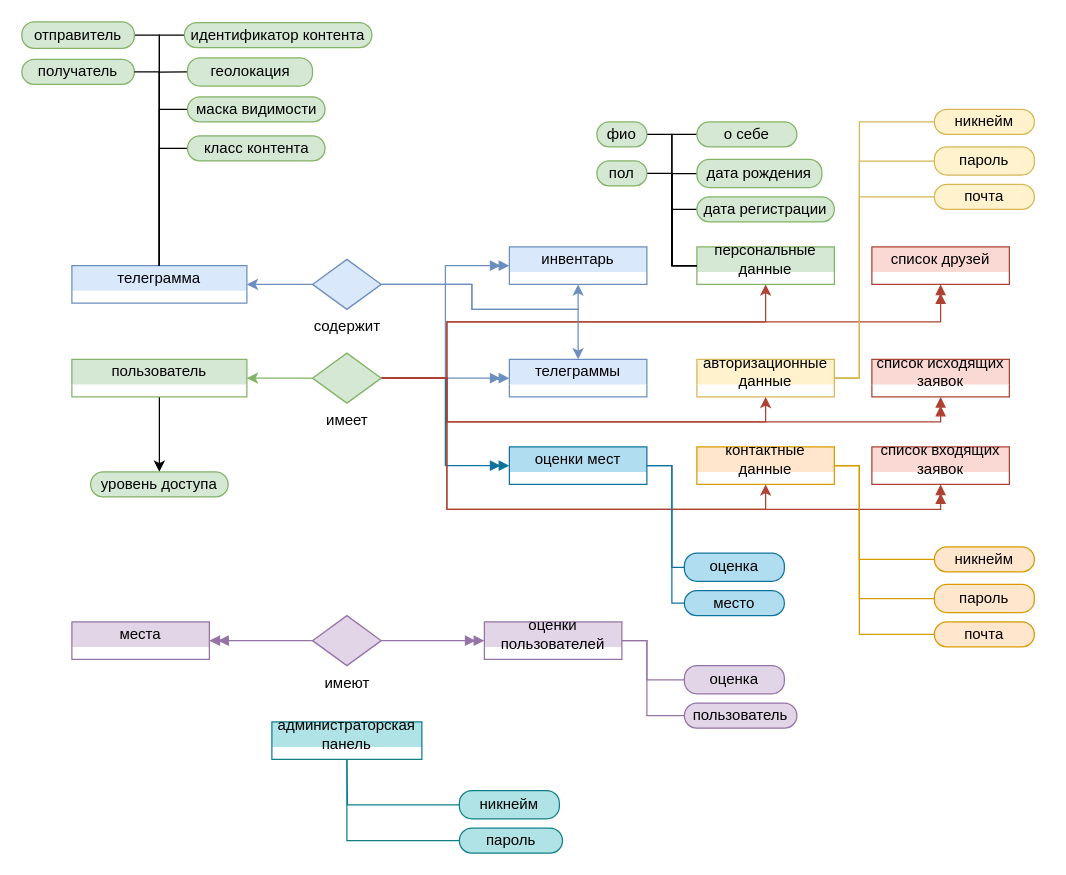
vadisflyer/katacoda-scenarios keeps this draw.io diagram as project.drawio. Above is the earlier version. Source tidied: cells renumbered, new cells numbered last; positions are measured from the earlier drawing's top-left corner, leaving out a move shared by most shapes. Both pictures are drawn from the tidied source at 125%, with x=0, y=0 at pixel (21, 21).
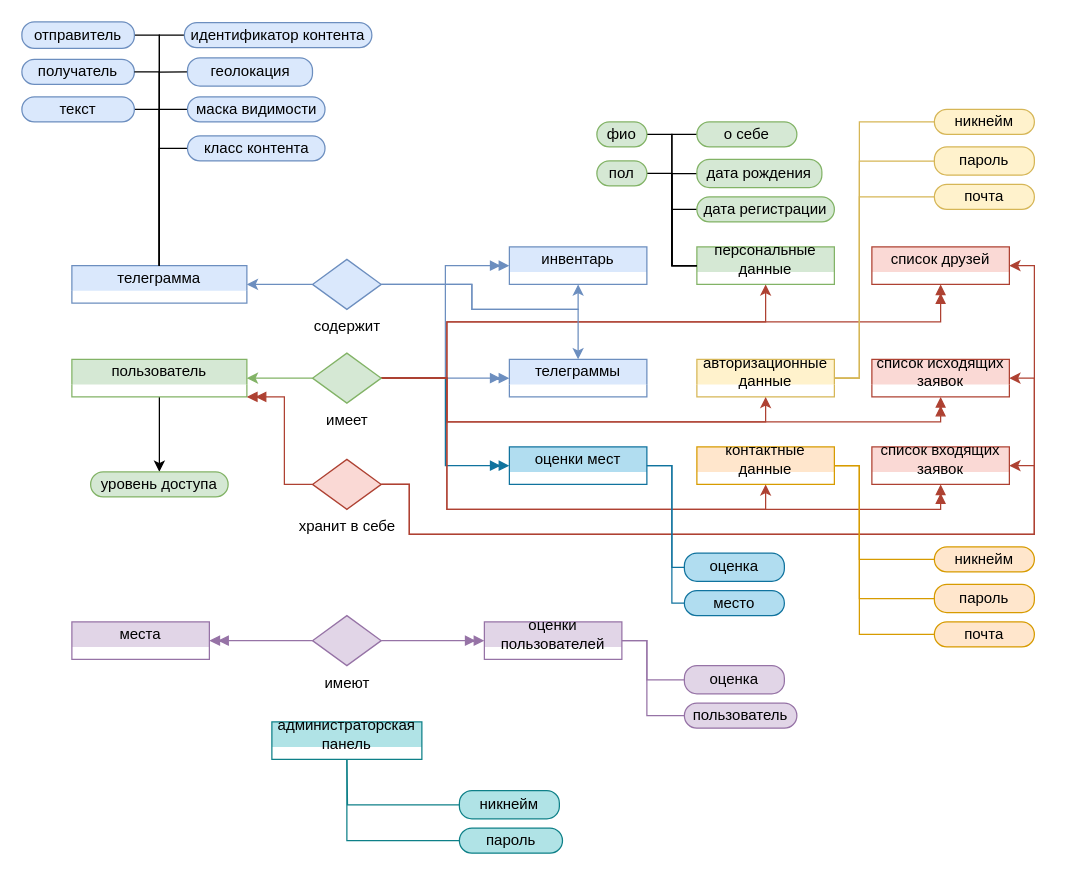
After the change.

The change refers to these unchanged cells:
```xml
<mxCell id="3" value="пользователь" style="swimlane;html=1;startSize=20;fontStyle=0;horizontal=1;swimlaneLine=0;fillColor=#d5e8d4;whiteSpace=wrap;strokeColor=#82b366;" parent="1" vertex="1">
  <mxGeometry x="40" y="270" width="140" height="30" as="geometry" />
</mxCell>
<mxCell id="10" value="список исходящих заявок" style="swimlane;html=1;startSize=20;fontStyle=0;horizontal=1;swimlaneLine=0;fillColor=#fad9d5;whiteSpace=wrap;strokeColor=#ae4132;" parent="1" vertex="1">
  <mxGeometry x="680" y="270" width="110" height="30" as="geometry" />
</mxCell>
<mxCell id="11" value="список входящих заявок" style="swimlane;html=1;startSize=20;fontStyle=0;horizontal=1;swimlaneLine=0;fillColor=#fad9d5;whiteSpace=wrap;strokeColor=#ae4132;" parent="1" vertex="1">
  <mxGeometry x="680" y="340" width="110" height="30" as="geometry" />
</mxCell>
<mxCell id="12" value="список друзей" style="swimlane;html=1;startSize=20;fontStyle=0;horizontal=1;swimlaneLine=0;fillColor=#fad9d5;whiteSpace=wrap;strokeColor=#ae4132;" parent="1" vertex="1">
  <mxGeometry x="680" y="180" width="110" height="30" as="geometry" />
</mxCell>
<mxCell id="64" value="телеграмма" style="swimlane;html=1;startSize=20;fontStyle=0;horizontal=1;swimlaneLine=0;fillColor=#dae8fc;whiteSpace=wrap;strokeColor=#6c8ebf;" parent="1" vertex="1">
  <mxGeometry x="40" y="195" width="140" height="30" as="geometry" />
</mxCell>
```

The edit, as a diff of the source:
```diff
@@
+    <mxCell id="82" style="edgeStyle=orthogonalEdgeStyle;rounded=0;jettySize=auto;html=1;entryX=1;entryY=0.5;entryDx=0;entryDy=0;entryPerimeter=0;endArrow=none;endFill=0;startArrow=classic;startFill=1;fillColor=#fad9d5;strokeColor=#ae4132;" parent="1" edge="1" source="10" target="86">
+      <mxGeometry relative="1" as="geometry">
+        <Array as="points">
+          <mxPoint x="810" y="285" />
+          <mxPoint x="810" y="410" />
+          <mxPoint x="310" y="410" />
+          <mxPoint x="310" y="370" />
+        </Array>
+      </mxGeometry>
+    </mxCell>
@@
+    <mxCell id="83" style="edgeStyle=orthogonalEdgeStyle;rounded=0;jettySize=auto;html=1;entryX=1;entryY=0.5;entryDx=0;entryDy=0;entryPerimeter=0;endArrow=none;endFill=0;startArrow=classic;startFill=1;fillColor=#fad9d5;strokeColor=#ae4132;" parent="1" edge="1" source="11" target="86">
+      <mxGeometry relative="1" as="geometry">
+        <Array as="points">
+          <mxPoint x="810" y="355" />
+          <mxPoint x="810" y="410" />
+          <mxPoint x="310" y="410" />
+          <mxPoint x="310" y="370" />
+        </Array>
+      </mxGeometry>
+    </mxCell>
@@
+    <mxCell id="84" style="edgeStyle=orthogonalEdgeStyle;rounded=0;jettySize=auto;html=1;entryX=1;entryY=0.5;entryDx=0;entryDy=0;entryPerimeter=0;endArrow=none;endFill=0;startArrow=classic;startFill=1;fillColor=#fad9d5;strokeColor=#ae4132;" parent="1" edge="1" source="12" target="86">
+      <mxGeometry relative="1" as="geometry">
+        <Array as="points">
+          <mxPoint x="810" y="195" />
+          <mxPoint x="810" y="410" />
+          <mxPoint x="310" y="410" />
+          <mxPoint x="310" y="370" />
+        </Array>
+      </mxGeometry>
+    </mxCell>
@@
-    <mxCell id="66" value="отправитель" style="points=[[0.25,0,0],[0.5,0,0],[0.75,0,0],[1,0.25,0],[1,0.5,0],[1,0.75,0],[0.75,1,0],[0.5,1,0],[0.25,1,0],[0,0.75,0],[0,0.5,0],[0,0.25,0]];shape=mxgraph.bpmn.task;whiteSpace=wrap;rectStyle=rounded;size=10;html=1;taskMarker=abstract;fillColor=#d5e8d4;strokeColor=#82b366;" parent="1" vertex="1">
+    <mxCell id="66" value="отправитель" style="points=[[0.25,0,0],[0.5,0,0],[0.75,0,0],[1,0.25,0],[1,0.5,0],[1,0.75,0],[0.75,1,0],[0.5,1,0],[0.25,1,0],[0,0.75,0],[0,0.5,0],[0,0.25,0]];shape=mxgraph.bpmn.task;whiteSpace=wrap;rectStyle=rounded;size=10;html=1;taskMarker=abstract;fillColor=#dae8fc;strokeColor=#6c8ebf;" parent="1" vertex="1">
       <mxGeometry width="90" height="21.2" as="geometry" />
     </mxCell>
@@
-    <mxCell id="68" value="геолокация" style="points=[[0.25,0,0],[0.5,0,0],[0.75,0,0],[1,0.25,0],[1,0.5,0],[1,0.75,0],[0.75,1,0],[0.5,1,0],[0.25,1,0],[0,0.75,0],[0,0.5,0],[0,0.25,0]];shape=mxgraph.bpmn.task;whiteSpace=wrap;rectStyle=rounded;size=10;html=1;taskMarker=abstract;fillColor=#d5e8d4;strokeColor=#82b366;" parent="1" vertex="1">
+    <mxCell id="68" value="геолокация" style="points=[[0.25,0,0],[0.5,0,0],[0.75,0,0],[1,0.25,0],[1,0.5,0],[1,0.75,0],[0.75,1,0],[0.5,1,0],[0.25,1,0],[0,0.75,0],[0,0.5,0],[0,0.25,0]];shape=mxgraph.bpmn.task;whiteSpace=wrap;rectStyle=rounded;size=10;html=1;taskMarker=abstract;fillColor=#dae8fc;strokeColor=#6c8ebf;" parent="1" vertex="1">
       <mxGeometry x="132.5" y="28.8" width="100" height="22.5" as="geometry" />
     </mxCell>
-    <mxCell id="69" value="получатель" style="points=[[0.25,0,0],[0.5,0,0],[0.75,0,0],[1,0.25,0],[1,0.5,0],[1,0.75,0],[0.75,1,0],[0.5,1,0],[0.25,1,0],[0,0.75,0],[0,0.5,0],[0,0.25,0]];shape=mxgraph.bpmn.task;whiteSpace=wrap;rectStyle=rounded;size=10;html=1;taskMarker=abstract;fillColor=#d5e8d4;strokeColor=#82b366;" parent="1" vertex="1">
+    <mxCell id="69" value="получатель" style="points=[[0.25,0,0],[0.5,0,0],[0.75,0,0],[1,0.25,0],[1,0.5,0],[1,0.75,0],[0.75,1,0],[0.5,1,0],[0.25,1,0],[0,0.75,0],[0,0.5,0],[0,0.25,0]];shape=mxgraph.bpmn.task;whiteSpace=wrap;rectStyle=rounded;size=10;html=1;taskMarker=abstract;fillColor=#dae8fc;strokeColor=#6c8ebf;" parent="1" vertex="1">
       <mxGeometry y="30" width="90" height="20" as="geometry" />
     </mxCell>
@@
-    <mxCell id="71" value="идентификатор контента" style="points=[[0.25,0,0],[0.5,0,0],[0.75,0,0],[1,0.25,0],[1,0.5,0],[1,0.75,0],[0.75,1,0],[0.5,1,0],[0.25,1,0],[0,0.75,0],[0,0.5,0],[0,0.25,0]];shape=mxgraph.bpmn.task;whiteSpace=wrap;rectStyle=rounded;size=10;html=1;taskMarker=abstract;fillColor=#d5e8d4;strokeColor=#82b366;" parent="1" vertex="1">
+    <mxCell id="71" value="идентификатор контента" style="points=[[0.25,0,0],[0.5,0,0],[0.75,0,0],[1,0.25,0],[1,0.5,0],[1,0.75,0],[0.75,1,0],[0.5,1,0],[0.25,1,0],[0,0.75,0],[0,0.5,0],[0,0.25,0]];shape=mxgraph.bpmn.task;whiteSpace=wrap;rectStyle=rounded;size=10;html=1;taskMarker=abstract;fillColor=#dae8fc;strokeColor=#6c8ebf;" parent="1" vertex="1">
       <mxGeometry x="130" y="0.6" width="150" height="20" as="geometry" />
     </mxCell>
@@
-    <mxCell id="73" value="класс контента" style="points=[[0.25,0,0],[0.5,0,0],[0.75,0,0],[1,0.25,0],[1,0.5,0],[1,0.75,0],[0.75,1,0],[0.5,1,0],[0.25,1,0],[0,0.75,0],[0,0.5,0],[0,0.25,0]];shape=mxgraph.bpmn.task;whiteSpace=wrap;rectStyle=rounded;size=10;html=1;taskMarker=abstract;fillColor=#d5e8d4;strokeColor=#82b366;" parent="1" vertex="1">
+    <mxCell id="73" value="класс контента" style="points=[[0.25,0,0],[0.5,0,0],[0.75,0,0],[1,0.25,0],[1,0.5,0],[1,0.75,0],[0.75,1,0],[0.5,1,0],[0.25,1,0],[0,0.75,0],[0,0.5,0],[0,0.25,0]];shape=mxgraph.bpmn.task;whiteSpace=wrap;rectStyle=rounded;size=10;html=1;taskMarker=abstract;fillColor=#dae8fc;strokeColor=#6c8ebf;" parent="1" vertex="1">
       <mxGeometry x="132.5" y="91.2" width="110" height="20" as="geometry" />
     </mxCell>
@@
-    <mxCell id="75" value="маска видимости" style="points=[[0.25,0,0],[0.5,0,0],[0.75,0,0],[1,0.25,0],[1,0.5,0],[1,0.75,0],[0.75,1,0],[0.5,1,0],[0.25,1,0],[0,0.75,0],[0,0.5,0],[0,0.25,0]];shape=mxgraph.bpmn.task;whiteSpace=wrap;rectStyle=rounded;size=10;html=1;taskMarker=abstract;fillColor=#d5e8d4;strokeColor=#82b366;" parent="1" vertex="1">
+    <mxCell id="75" value="маска видимости" style="points=[[0.25,0,0],[0.5,0,0],[0.75,0,0],[1,0.25,0],[1,0.5,0],[1,0.75,0],[0.75,1,0],[0.5,1,0],[0.25,1,0],[0,0.75,0],[0,0.5,0],[0,0.25,0]];shape=mxgraph.bpmn.task;whiteSpace=wrap;rectStyle=rounded;size=10;html=1;taskMarker=abstract;fillColor=#dae8fc;strokeColor=#6c8ebf;" parent="1" vertex="1">
       <mxGeometry x="132.5" y="60" width="110" height="20" as="geometry" />
     </mxCell>
@@
+    <mxCell id="85" style="edgeStyle=orthogonalEdgeStyle;rounded=0;jettySize=auto;html=1;entryX=1;entryY=1;entryDx=0;entryDy=0;fillColor=#fad9d5;strokeColor=#ae4132;endArrow=doubleBlock;endFill=1;" parent="1" edge="1" source="86" target="3">
+      <mxGeometry relative="1" as="geometry">
+        <Array as="points">
+          <mxPoint x="210" y="370" />
+          <mxPoint x="210" y="300" />
+        </Array>
+      </mxGeometry>
+    </mxCell>
+    <mxCell id="86" value="хранит в себе" style="points=[[0.25,0.25,0],[0.5,0,0],[0.75,0.25,0],[1,0.5,0],[0.75,0.75,0],[0.5,1,0],[0.25,0.75,0],[0,0.5,0]];shape=mxgraph.bpmn.gateway2;html=1;verticalLabelPosition=bottom;labelBackgroundColor=#ffffff;verticalAlign=top;align=center;perimeter=rhombusPerimeter;outlineConnect=0;outline=none;symbol=none;fillColor=#fad9d5;strokeColor=#ae4132;" parent="1" vertex="1">
+      <mxGeometry x="232.5" y="350" width="55" height="40" as="geometry" />
+    </mxCell>
+    <mxCell id="87" style="edgeStyle=orthogonalEdgeStyle;rounded=0;jettySize=auto;html=1;entryX=0.5;entryY=0;entryDx=0;entryDy=0;endArrow=none;endFill=0;" parent="1" edge="1" source="88" target="64">
+      <mxGeometry relative="1" as="geometry">
+        <Array as="points">
+          <mxPoint x="110" y="70" />
+        </Array>
+      </mxGeometry>
+    </mxCell>
+    <mxCell id="88" value="текст" style="points=[[0.25,0,0],[0.5,0,0],[0.75,0,0],[1,0.25,0],[1,0.5,0],[1,0.75,0],[0.75,1,0],[0.5,1,0],[0.25,1,0],[0,0.75,0],[0,0.5,0],[0,0.25,0]];shape=mxgraph.bpmn.task;whiteSpace=wrap;rectStyle=rounded;size=10;html=1;taskMarker=abstract;fillColor=#dae8fc;strokeColor=#6c8ebf;" parent="1" vertex="1">
+      <mxGeometry y="60" width="90" height="20" as="geometry" />
+    </mxCell>
```
